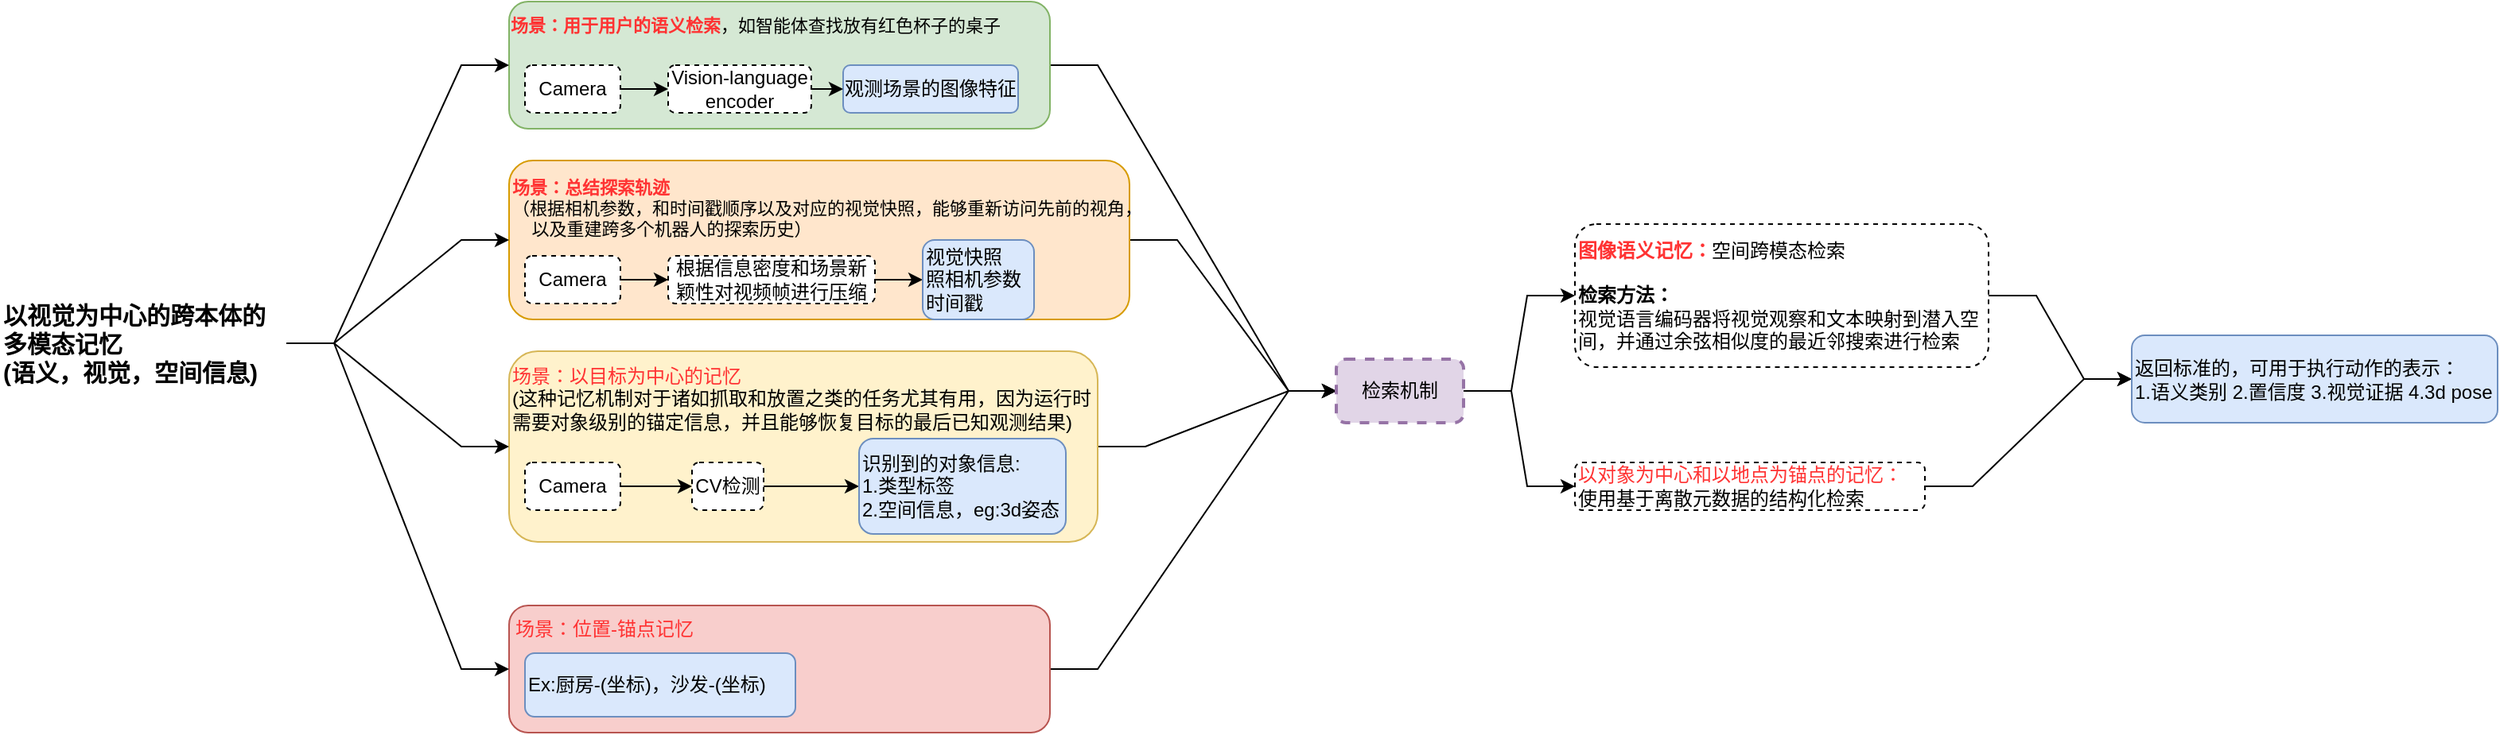
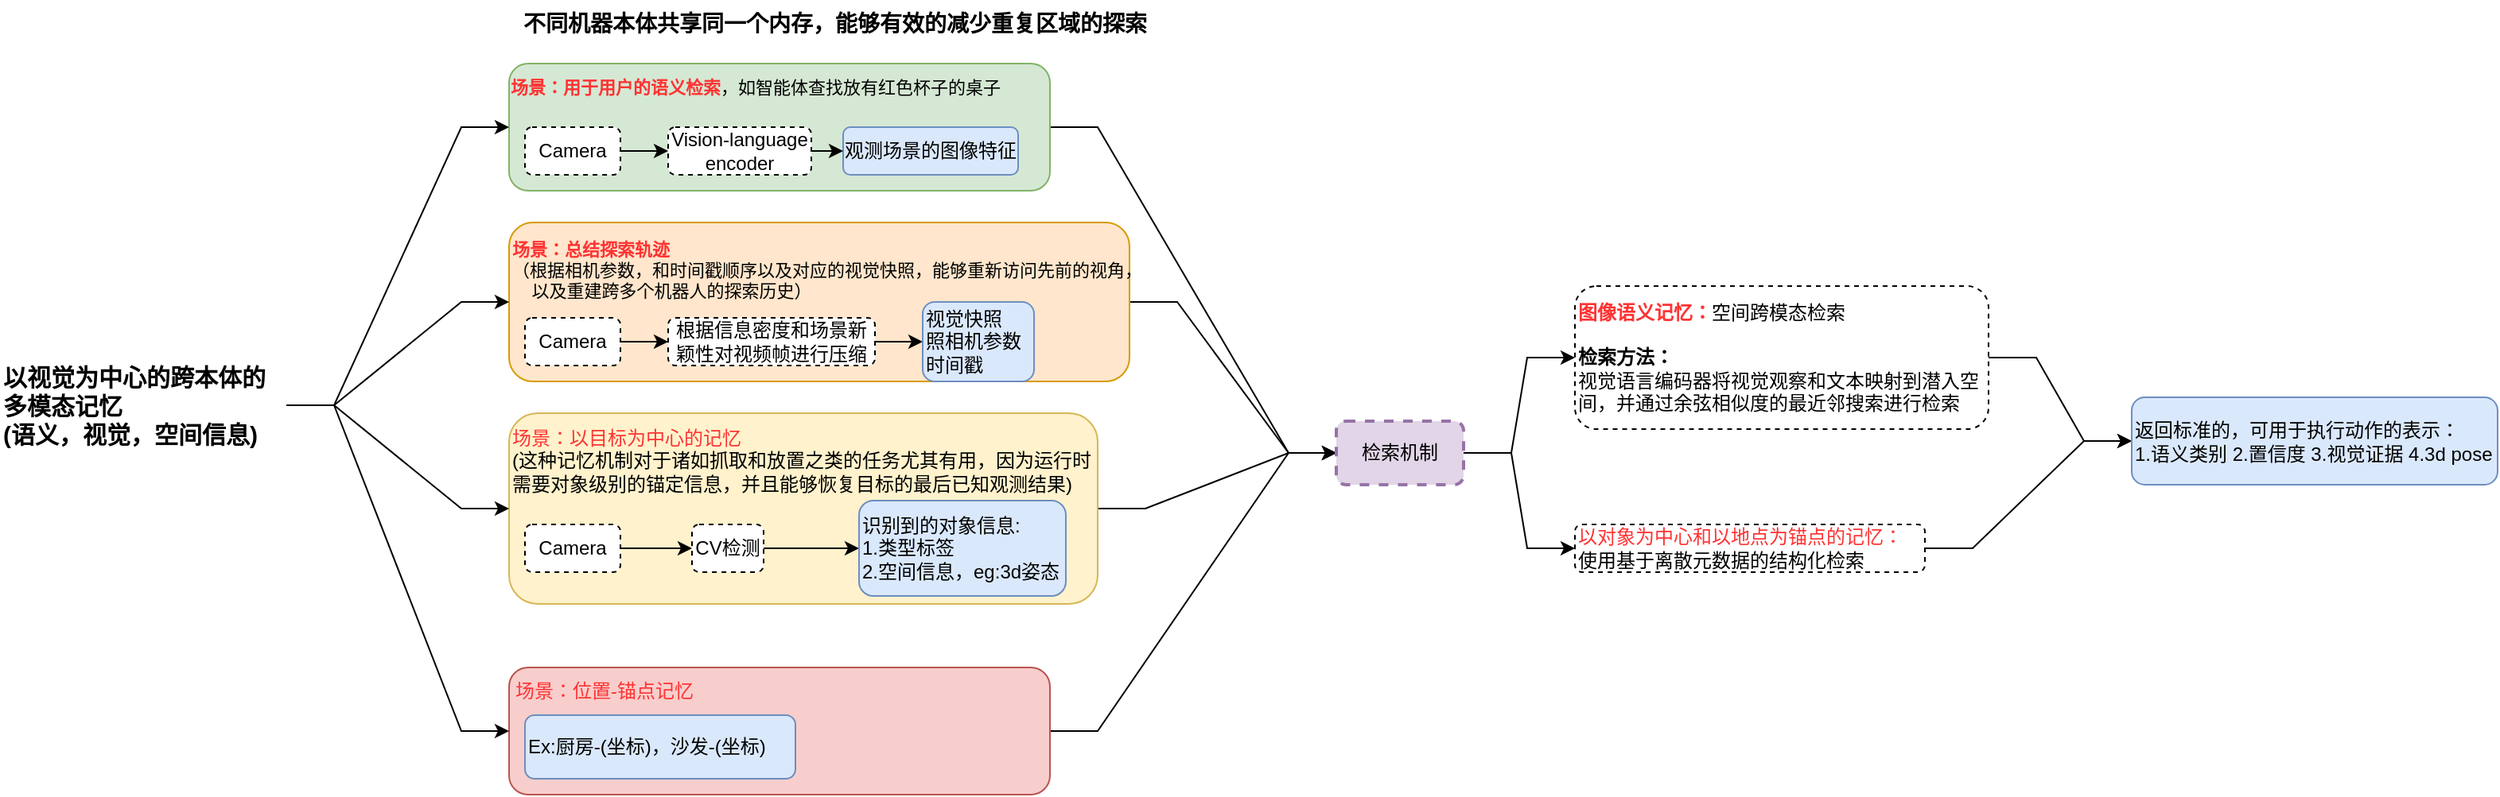
<mxfile host="app.diagrams.net">
  <diagram name="第 1 页" id="ri1UiOSOw__C7K71Jf-3">
    <mxGraphModel dx="4431" dy="613" grid="1" gridSize="10" guides="1" tooltips="1" connect="1" arrows="1" fold="1" page="1" pageScale="1" pageWidth="3300" pageHeight="2339" math="0" shadow="0">
      <root>
        <mxCell id="0" />
        <mxCell id="1" parent="0" />
        <mxCell id="8uAygAgR7DF40HWwl34I-37" edge="1" parent="1" source="8uAygAgR7DF40HWwl34I-28" style="edgeStyle=entityRelationEdgeStyle;rounded=0;orthogonalLoop=1;jettySize=auto;html=1;exitX=1;exitY=0.5;exitDx=0;exitDy=0;" target="8uAygAgR7DF40HWwl34I-33">
          <mxGeometry relative="1" as="geometry" />
        </mxCell>
        <mxCell id="8uAygAgR7DF40HWwl34I-28" parent="1" style="rounded=1;whiteSpace=wrap;html=1;fillColor=#f8cecc;strokeColor=#b85450;" value="" vertex="1">
          <mxGeometry height="80" width="340" x="200" y="440" as="geometry" />
        </mxCell>
        <mxCell id="8uAygAgR7DF40HWwl34I-36" edge="1" parent="1" source="8uAygAgR7DF40HWwl34I-24" style="edgeStyle=entityRelationEdgeStyle;rounded=0;orthogonalLoop=1;jettySize=auto;html=1;exitX=1;exitY=0.5;exitDx=0;exitDy=0;entryX=0;entryY=0.5;entryDx=0;entryDy=0;" target="8uAygAgR7DF40HWwl34I-33">
          <mxGeometry relative="1" as="geometry">
            <mxPoint x="740" y="290" as="targetPoint" />
          </mxGeometry>
        </mxCell>
        <mxCell id="8uAygAgR7DF40HWwl34I-24" parent="1" style="rounded=1;whiteSpace=wrap;html=1;fillColor=#fff2cc;strokeColor=#d6b656;" value="" vertex="1">
          <mxGeometry height="120" width="370" x="200" y="280" as="geometry" />
        </mxCell>
        <mxCell id="8uAygAgR7DF40HWwl34I-35" edge="1" parent="1" source="8uAygAgR7DF40HWwl34I-17" style="edgeStyle=entityRelationEdgeStyle;rounded=0;orthogonalLoop=1;jettySize=auto;html=1;exitX=1;exitY=0.5;exitDx=0;exitDy=0;entryX=0;entryY=0.5;entryDx=0;entryDy=0;" target="8uAygAgR7DF40HWwl34I-33">
          <mxGeometry relative="1" as="geometry" />
        </mxCell>
        <mxCell id="8uAygAgR7DF40HWwl34I-17" parent="1" style="rounded=1;whiteSpace=wrap;html=1;fillColor=#ffe6cc;strokeColor=#d79b00;" value="" vertex="1">
          <mxGeometry height="100" width="390" x="200" y="160" as="geometry" />
        </mxCell>
        <mxCell id="8uAygAgR7DF40HWwl34I-34" edge="1" parent="1" source="8uAygAgR7DF40HWwl34I-16" style="edgeStyle=entityRelationEdgeStyle;rounded=0;orthogonalLoop=1;jettySize=auto;html=1;exitX=1;exitY=0.5;exitDx=0;exitDy=0;entryX=0;entryY=0.5;entryDx=0;entryDy=0;" target="8uAygAgR7DF40HWwl34I-33">
          <mxGeometry relative="1" as="geometry" />
        </mxCell>
        <mxCell id="8uAygAgR7DF40HWwl34I-16" parent="1" style="rounded=1;whiteSpace=wrap;html=1;fillColor=#d5e8d4;strokeColor=#82b366;" value="" vertex="1">
          <mxGeometry height="80" width="340" x="200" y="60" as="geometry" />
        </mxCell>
        <mxCell id="8uAygAgR7DF40HWwl34I-29" edge="1" parent="1" source="8uAygAgR7DF40HWwl34I-1" style="edgeStyle=entityRelationEdgeStyle;rounded=0;orthogonalLoop=1;jettySize=auto;html=1;exitX=1;exitY=0.5;exitDx=0;exitDy=0;entryX=0;entryY=0.5;entryDx=0;entryDy=0;" target="8uAygAgR7DF40HWwl34I-16">
          <mxGeometry relative="1" as="geometry" />
        </mxCell>
        <mxCell id="8uAygAgR7DF40HWwl34I-30" edge="1" parent="1" source="8uAygAgR7DF40HWwl34I-1" style="edgeStyle=entityRelationEdgeStyle;rounded=0;orthogonalLoop=1;jettySize=auto;html=1;exitX=1;exitY=0.5;exitDx=0;exitDy=0;entryX=0;entryY=0.5;entryDx=0;entryDy=0;" target="8uAygAgR7DF40HWwl34I-28">
          <mxGeometry relative="1" as="geometry" />
        </mxCell>
        <mxCell id="8uAygAgR7DF40HWwl34I-31" edge="1" parent="1" source="8uAygAgR7DF40HWwl34I-1" style="edgeStyle=entityRelationEdgeStyle;rounded=0;orthogonalLoop=1;jettySize=auto;html=1;exitX=1;exitY=0.5;exitDx=0;exitDy=0;entryX=0;entryY=0.5;entryDx=0;entryDy=0;" target="8uAygAgR7DF40HWwl34I-17">
          <mxGeometry relative="1" as="geometry" />
        </mxCell>
        <mxCell id="8uAygAgR7DF40HWwl34I-32" edge="1" parent="1" source="8uAygAgR7DF40HWwl34I-1" style="edgeStyle=entityRelationEdgeStyle;rounded=0;orthogonalLoop=1;jettySize=auto;html=1;exitX=1;exitY=0.5;exitDx=0;exitDy=0;entryX=0;entryY=0.5;entryDx=0;entryDy=0;" target="8uAygAgR7DF40HWwl34I-24">
          <mxGeometry relative="1" as="geometry" />
        </mxCell>
        <mxCell id="8uAygAgR7DF40HWwl34I-1" parent="1" style="text;html=1;whiteSpace=wrap;strokeColor=none;fillColor=none;align=left;verticalAlign=middle;rounded=0;fontStyle=1;fontSize=15;" value="以视觉为中心的跨本体的多模态记忆&lt;br&gt;(语义，视觉，空间信息)" vertex="1">
          <mxGeometry height="30" width="180" x="-120" y="260" as="geometry" />
        </mxCell>
        <mxCell id="8uAygAgR7DF40HWwl34I-2" parent="1" style="rounded=1;whiteSpace=wrap;html=1;fillColor=#dae8fc;strokeColor=#6c8ebf;" value="观测场景的图像特征" vertex="1">
          <mxGeometry height="30" width="110" x="410" y="100" as="geometry" />
        </mxCell>
        <mxCell id="8uAygAgR7DF40HWwl34I-5" edge="1" parent="1" source="8uAygAgR7DF40HWwl34I-3" style="edgeStyle=orthogonalEdgeStyle;rounded=0;orthogonalLoop=1;jettySize=auto;html=1;exitX=1;exitY=0.5;exitDx=0;exitDy=0;entryX=0;entryY=0.5;entryDx=0;entryDy=0;" target="8uAygAgR7DF40HWwl34I-2">
          <mxGeometry relative="1" as="geometry" />
        </mxCell>
        <mxCell id="8uAygAgR7DF40HWwl34I-3" parent="1" style="rounded=1;whiteSpace=wrap;html=1;dashed=1;" value="Vision-language encoder" vertex="1">
          <mxGeometry height="30" width="90" x="300" y="100" as="geometry" />
        </mxCell>
        <mxCell id="8uAygAgR7DF40HWwl34I-6" edge="1" parent="1" source="8uAygAgR7DF40HWwl34I-4" style="edgeStyle=orthogonalEdgeStyle;rounded=0;orthogonalLoop=1;jettySize=auto;html=1;exitX=1;exitY=0.5;exitDx=0;exitDy=0;entryX=0;entryY=0.5;entryDx=0;entryDy=0;" target="8uAygAgR7DF40HWwl34I-3">
          <mxGeometry relative="1" as="geometry" />
        </mxCell>
        <mxCell id="8uAygAgR7DF40HWwl34I-4" parent="1" style="rounded=1;whiteSpace=wrap;html=1;dashed=1;" value="Camera" vertex="1">
          <mxGeometry height="30" width="60" x="210" y="100" as="geometry" />
        </mxCell>
        <mxCell id="8uAygAgR7DF40HWwl34I-7" parent="1" style="text;html=1;whiteSpace=wrap;strokeColor=none;fillColor=none;align=center;verticalAlign=middle;rounded=0;fontSize=11;" value="&lt;b&gt;&lt;font style=&quot;color: rgb(255, 51, 51);&quot;&gt;场景：用于用户的语义检索&lt;/font&gt;&lt;/b&gt;，如智能体查找放有红色杯子的桌子" vertex="1">
          <mxGeometry height="30" width="310" x="200" y="60" as="geometry" />
        </mxCell>
        <mxCell id="8uAygAgR7DF40HWwl34I-10" edge="1" parent="1" source="8uAygAgR7DF40HWwl34I-8" style="edgeStyle=orthogonalEdgeStyle;rounded=0;orthogonalLoop=1;jettySize=auto;html=1;" target="8uAygAgR7DF40HWwl34I-9" value="">
          <mxGeometry relative="1" as="geometry" />
        </mxCell>
        <mxCell id="8uAygAgR7DF40HWwl34I-8" parent="1" style="rounded=1;whiteSpace=wrap;html=1;dashed=1;" value="Camera" vertex="1">
          <mxGeometry height="30" width="60" x="210" y="220" as="geometry" />
        </mxCell>
        <mxCell id="8uAygAgR7DF40HWwl34I-14" edge="1" parent="1" source="8uAygAgR7DF40HWwl34I-9" style="edgeStyle=orthogonalEdgeStyle;rounded=0;orthogonalLoop=1;jettySize=auto;html=1;exitX=1;exitY=0.5;exitDx=0;exitDy=0;entryX=0;entryY=0.5;entryDx=0;entryDy=0;" target="8uAygAgR7DF40HWwl34I-13">
          <mxGeometry relative="1" as="geometry" />
        </mxCell>
        <mxCell id="8uAygAgR7DF40HWwl34I-9" parent="1" style="rounded=1;whiteSpace=wrap;html=1;dashed=1;" value="根据信息密度和场景新颖性对视频帧进行压缩" vertex="1">
          <mxGeometry height="30" width="130" x="300" y="220" as="geometry" />
        </mxCell>
        <mxCell id="8uAygAgR7DF40HWwl34I-11" parent="1" style="text;html=1;whiteSpace=wrap;strokeColor=none;fillColor=none;align=left;verticalAlign=middle;rounded=0;fontSize=11;" value="&lt;b&gt;&lt;font style=&quot;color: rgb(255, 51, 51);&quot;&gt;场景：总结探索轨迹&lt;/font&gt;&lt;/b&gt;&lt;br&gt;（根据相机参数，和时间戳顺序以及对应的视觉快照，能够重新访问先前的视角，&lt;br&gt;&amp;nbsp; &amp;nbsp; 以及重建跨多个机器人的探索历史）" vertex="1">
          <mxGeometry height="40" width="420" x="200" y="170" as="geometry" />
        </mxCell>
        <mxCell id="8uAygAgR7DF40HWwl34I-13" parent="1" style="rounded=1;whiteSpace=wrap;html=1;fillColor=#dae8fc;strokeColor=#6c8ebf;align=left;" value="视觉快照&lt;br&gt;&lt;span style=&quot;&quot;&gt;照相机参数&lt;/span&gt;&lt;div style=&quot;&quot;&gt;时间戳&lt;/div&gt;" vertex="1">
          <mxGeometry height="50" width="70" x="460" y="210" as="geometry" />
        </mxCell>
        <mxCell id="8uAygAgR7DF40HWwl34I-25" edge="1" parent="1" source="8uAygAgR7DF40HWwl34I-19" style="edgeStyle=orthogonalEdgeStyle;rounded=0;orthogonalLoop=1;jettySize=auto;html=1;exitX=1;exitY=0.5;exitDx=0;exitDy=0;entryX=0;entryY=0.5;entryDx=0;entryDy=0;" target="8uAygAgR7DF40HWwl34I-20">
          <mxGeometry relative="1" as="geometry" />
        </mxCell>
        <mxCell id="8uAygAgR7DF40HWwl34I-19" parent="1" style="rounded=1;whiteSpace=wrap;html=1;dashed=1;" value="Camera" vertex="1">
          <mxGeometry height="30" width="60" x="210" y="350" as="geometry" />
        </mxCell>
        <mxCell id="8uAygAgR7DF40HWwl34I-22" edge="1" parent="1" source="8uAygAgR7DF40HWwl34I-20" style="edgeStyle=orthogonalEdgeStyle;rounded=0;orthogonalLoop=1;jettySize=auto;html=1;" target="8uAygAgR7DF40HWwl34I-21" value="">
          <mxGeometry relative="1" as="geometry" />
        </mxCell>
        <mxCell id="8uAygAgR7DF40HWwl34I-20" parent="1" style="rounded=1;whiteSpace=wrap;html=1;dashed=1;" value="CV检测" vertex="1">
          <mxGeometry height="30" width="45" x="315" y="350" as="geometry" />
        </mxCell>
        <mxCell id="8uAygAgR7DF40HWwl34I-21" parent="1" style="rounded=1;whiteSpace=wrap;html=1;align=left;fillColor=#dae8fc;strokeColor=#6c8ebf;" value="识别到的对象信息:&lt;div&gt;1.类型标签&lt;br&gt;2.空间信息，eg:3d姿态&lt;/div&gt;" vertex="1">
          <mxGeometry height="60" width="130" x="420" y="335" as="geometry" />
        </mxCell>
        <mxCell id="8uAygAgR7DF40HWwl34I-23" parent="1" style="text;html=1;whiteSpace=wrap;strokeColor=none;fillColor=none;align=left;verticalAlign=middle;rounded=0;" value="&lt;font style=&quot;color: rgb(255, 51, 51);&quot;&gt;场景：以目标为中心的记忆&lt;/font&gt;&lt;br&gt;(这种记忆机制对于诸如抓取和放置之类的任务尤其有用，因为运行时需要对象级别的锚定信息，并且能够恢复目标的最后已知观测结果)" vertex="1">
          <mxGeometry height="50" width="370" x="200" y="285" as="geometry" />
        </mxCell>
        <mxCell id="8uAygAgR7DF40HWwl34I-26" parent="1" style="rounded=1;whiteSpace=wrap;html=1;align=left;fillColor=#dae8fc;strokeColor=#6c8ebf;" value="Ex:厨房-(坐标)，沙发-(坐标)" vertex="1">
          <mxGeometry height="40" width="170" x="210" y="470" as="geometry" />
        </mxCell>
        <mxCell id="8uAygAgR7DF40HWwl34I-27" parent="1" style="text;html=1;whiteSpace=wrap;strokeColor=none;fillColor=none;align=center;verticalAlign=middle;rounded=0;fontColor=#FF3333;" value="场景：&lt;span style=&quot;text-align: left;&quot;&gt;位置-锚点记忆&lt;/span&gt;" vertex="1">
          <mxGeometry height="30" width="120" x="200" y="440" as="geometry" />
        </mxCell>
        <mxCell id="8uAygAgR7DF40HWwl34I-42" edge="1" parent="1" source="8uAygAgR7DF40HWwl34I-33" style="edgeStyle=entityRelationEdgeStyle;rounded=0;orthogonalLoop=1;jettySize=auto;html=1;exitX=1;exitY=0.5;exitDx=0;exitDy=0;" target="8uAygAgR7DF40HWwl34I-40">
          <mxGeometry relative="1" as="geometry" />
        </mxCell>
        <mxCell id="8uAygAgR7DF40HWwl34I-43" edge="1" parent="1" source="8uAygAgR7DF40HWwl34I-33" style="edgeStyle=entityRelationEdgeStyle;rounded=0;orthogonalLoop=1;jettySize=auto;html=1;exitX=1;exitY=0.5;exitDx=0;exitDy=0;entryX=0;entryY=0.5;entryDx=0;entryDy=0;" target="8uAygAgR7DF40HWwl34I-41">
          <mxGeometry relative="1" as="geometry" />
        </mxCell>
        <mxCell id="8uAygAgR7DF40HWwl34I-33" parent="1" style="rounded=1;whiteSpace=wrap;html=1;fillColor=#e1d5e7;strokeColor=#9673a6;dashed=1;strokeWidth=2;" value="检索机制" vertex="1">
          <mxGeometry height="40" width="80" x="720" y="285" as="geometry" />
        </mxCell>
        <mxCell id="8uAygAgR7DF40HWwl34I-45" edge="1" parent="1" source="8uAygAgR7DF40HWwl34I-40" style="edgeStyle=entityRelationEdgeStyle;rounded=0;orthogonalLoop=1;jettySize=auto;html=1;exitX=1;exitY=0.5;exitDx=0;exitDy=0;entryX=0;entryY=0.5;entryDx=0;entryDy=0;" target="8uAygAgR7DF40HWwl34I-44">
          <mxGeometry relative="1" as="geometry" />
        </mxCell>
        <mxCell id="8uAygAgR7DF40HWwl34I-40" parent="1" style="text;html=1;whiteSpace=wrap;strokeColor=default;fillColor=none;align=left;verticalAlign=middle;rounded=1;dashed=1;" value="&lt;b&gt;&lt;font style=&quot;color: rgb(255, 51, 51);&quot;&gt;图像语义记忆：&lt;/font&gt;&lt;/b&gt;空间跨模态检索&lt;br&gt;&lt;br&gt;&lt;b&gt;&lt;font style=&quot;color: rgb(0, 0, 0);&quot;&gt;检索方法：&lt;/font&gt;&lt;/b&gt;&lt;br&gt;视觉语言编码器将视觉观察和文本映射到潜入空间，并通过余弦相似度的最近邻搜索进行检索" vertex="1">
          <mxGeometry height="90" width="260" x="870" y="200" as="geometry" />
        </mxCell>
        <mxCell id="8uAygAgR7DF40HWwl34I-46" edge="1" parent="1" source="8uAygAgR7DF40HWwl34I-41" style="edgeStyle=entityRelationEdgeStyle;rounded=0;orthogonalLoop=1;jettySize=auto;html=1;exitX=1;exitY=0.5;exitDx=0;exitDy=0;entryX=0;entryY=0.5;entryDx=0;entryDy=0;" target="8uAygAgR7DF40HWwl34I-44">
          <mxGeometry relative="1" as="geometry" />
        </mxCell>
        <mxCell id="8uAygAgR7DF40HWwl34I-41" parent="1" style="text;html=1;whiteSpace=wrap;strokeColor=default;fillColor=none;align=left;verticalAlign=middle;rounded=1;dashed=1;" value="&lt;font style=&quot;color: rgb(255, 51, 51);&quot;&gt;以对象为中心和以地点为锚点的记忆：&lt;/font&gt;&lt;br&gt;使用基于离散元数据的结构化检索" vertex="1">
          <mxGeometry height="30" width="220" x="870" y="350" as="geometry" />
        </mxCell>
        <mxCell id="8uAygAgR7DF40HWwl34I-44" parent="1" style="rounded=1;whiteSpace=wrap;html=1;align=left;fillColor=#dae8fc;strokeColor=#6c8ebf;" value="返回标准的，可用于执行动作的表示：&lt;br&gt;1.语义类别 2.置信度 3.视觉证据 4.3d pose" vertex="1">
          <mxGeometry height="55" width="230" x="1220" y="270" as="geometry" />
        </mxCell>
+         <mxCell id="8uAygAgR7DF40HWwl34I-47" parent="1" style="text;html=1;whiteSpace=wrap;strokeColor=none;fillColor=none;align=center;verticalAlign=middle;rounded=0;fontStyle=1;fontSize=14;" value="不同机器本体共享同一个内存，能够有效的减少重复区域的探索" vertex="1">
+           <mxGeometry height="30" width="450" x="180" y="20" as="geometry" />
+         </mxCell>
      </root>
    </mxGraphModel>
  </diagram>
</mxfile>
